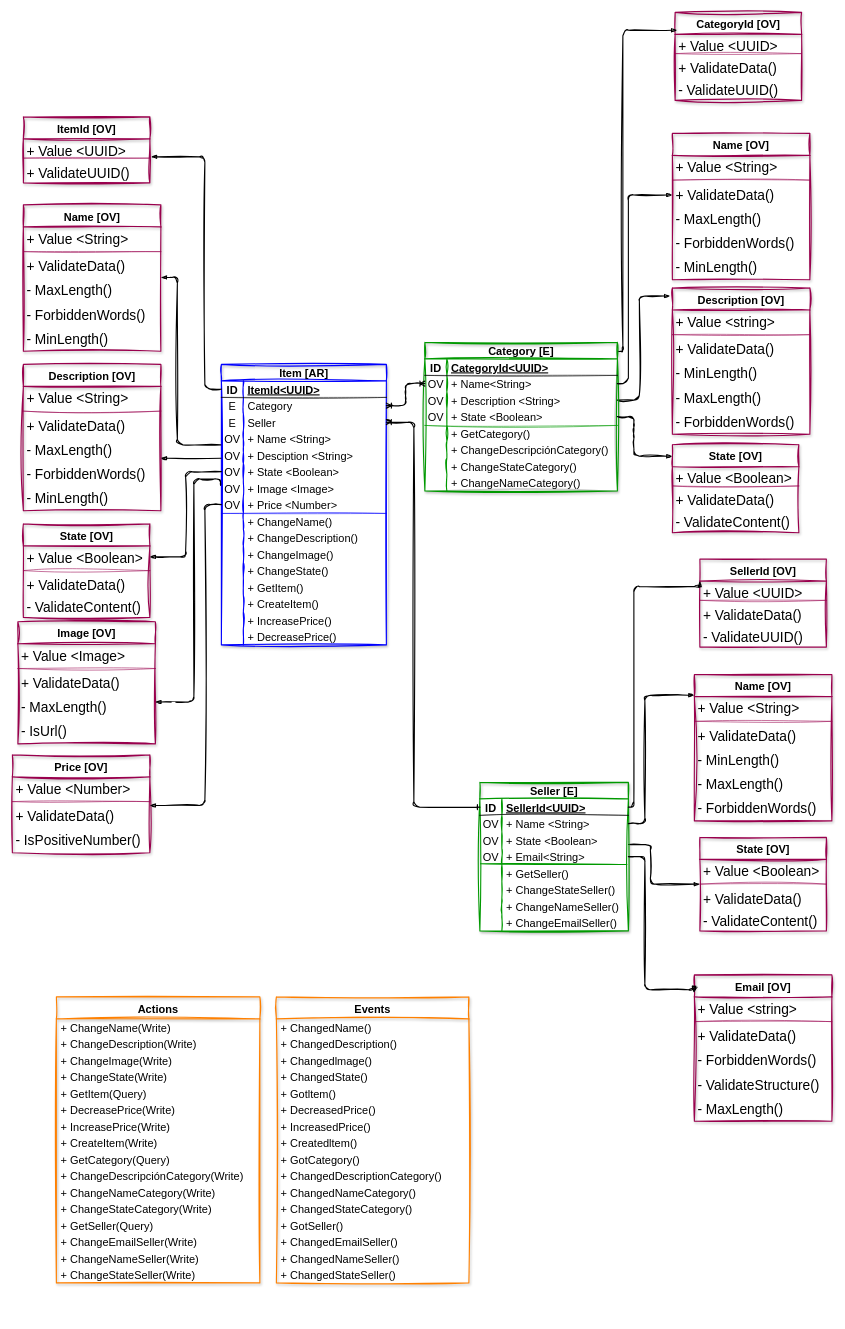
The draw.io diagram page "Item<AR>-Product" (2 of 5) of Drive-Domain-Design.drawio in Julian362/C1-2023-DDD-Colombia, before the edit. Source tidied: cells renumbered, new cells numbered last; positions are measured from the earlier drawing's top-left corner, leaving out a move shared by most shapes. Both pictures are drawn from the tidied source at 55%, with x=0, y=0 at pixel (12, 12).
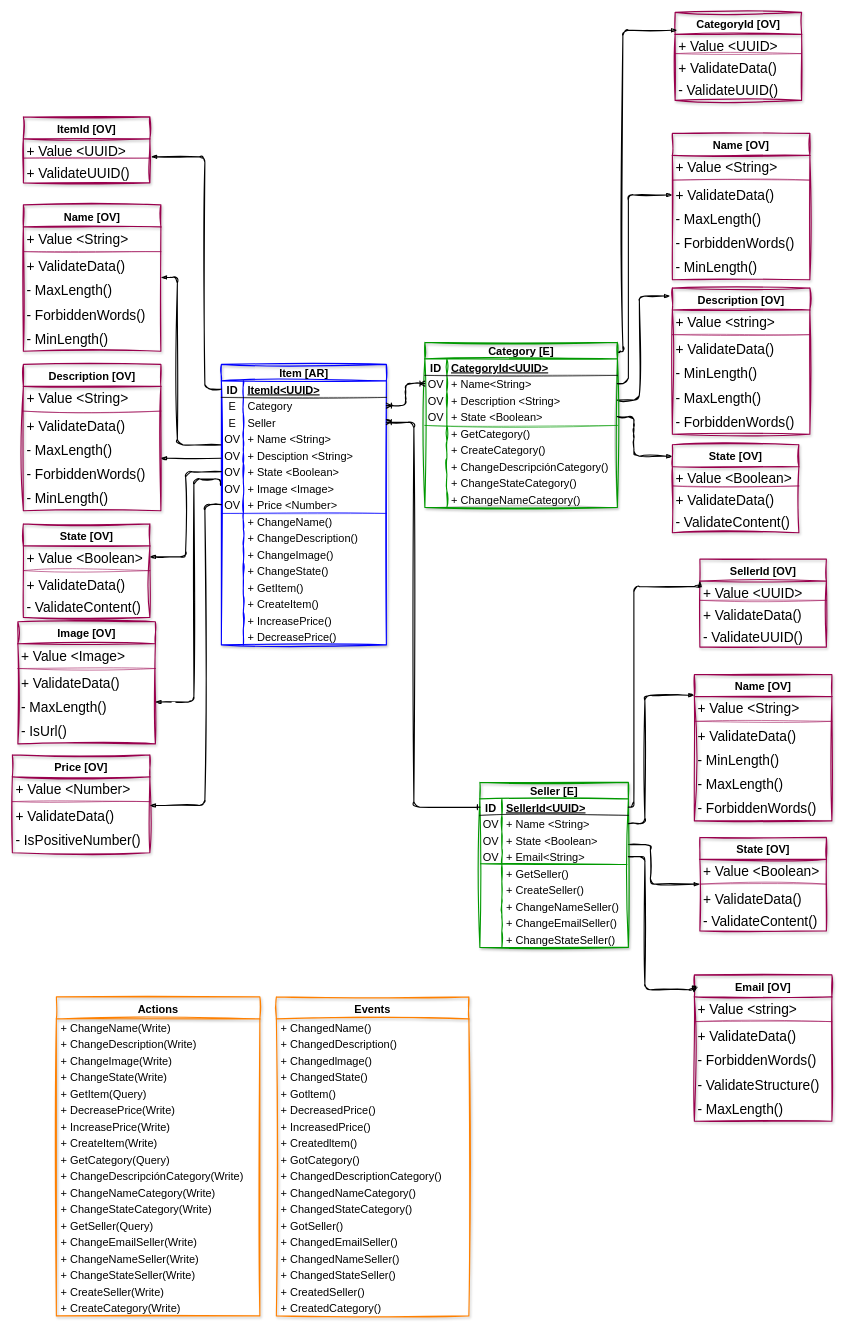
After the change.

The change refers to these unchanged cells:
```xml
<mxCell id="164" style="shape=tableRow;horizontal=0;startSize=0;swimlaneHead=0;swimlaneBody=0;fillColor=none;top=0;left=0;right=0;bottom=0;sketch=1;hachureGap=4;jiggle=2;curveFitting=1;fontFamily=Helvetica;fontSize=20;" parent="147" vertex="1">
  <mxGeometry y="180" width="270" height="30" as="geometry" />
</mxCell>
```

What changed in the source:
```diff
@@
     <mxCell id="52" value="Category [E]" style="shape=table;startSize=30;childLayout=tableLayout;rowLines=0;fontStyle=1;align=center;hachureGap=4;fontFamily=Helvetica;fontSize=20;fillColor=none;swimlaneFillColor=default;rounded=0;shadow=1;strokeWidth=2;labelBorderColor=none;strokeColor=#009900;sketch=1;curveFitting=1;jiggle=2;" parent="1" vertex="1">
-      <mxGeometry x="750" y="600" width="350" height="270" as="geometry" />
+      <mxGeometry x="750" y="600" width="350" height="300" as="geometry" />
     </mxCell>
@@
+    <mxCell id="237" style="shape=tableRow;horizontal=0;startSize=0;swimlaneHead=0;swimlaneBody=0;fillColor=none;top=0;left=0;right=0;bottom=0;sketch=1;hachureGap=4;jiggle=2;curveFitting=1;fontFamily=Helvetica;fontSize=20;" parent="52" vertex="1">
+      <mxGeometry y="180" width="350" height="30" as="geometry" />
+    </mxCell>
+    <mxCell id="238" style="shape=partialRectangle;fillColor=none;top=0;left=0;bottom=0;right=0;overflow=hidden;sketch=1;hachureGap=4;jiggle=2;curveFitting=1;fontFamily=Helvetica;fontSize=20;" parent="237" vertex="1">
+      <mxGeometry width="40" height="30" as="geometry" />
+    </mxCell>
+    <mxCell id="239" value="+ CreateCategory()" style="shape=partialRectangle;fillColor=none;top=0;left=0;bottom=0;right=0;align=left;spacingLeft=6;overflow=hidden;sketch=1;hachureGap=4;jiggle=2;curveFitting=1;fontFamily=Helvetica;fontSize=20;" parent="237" vertex="1">
+      <mxGeometry x="40" width="310" height="30" as="geometry" />
+    </mxCell>
     <mxCell id="68" style="shape=tableRow;horizontal=0;startSize=0;swimlaneHead=0;swimlaneBody=0;fillColor=none;top=0;left=0;right=0;bottom=0;sketch=1;hachureGap=4;jiggle=2;curveFitting=1;fontFamily=Helvetica;fontSize=20;" parent="52" vertex="1">
-      <mxGeometry y="180" width="350" height="30" as="geometry" />
+      <mxGeometry y="210" width="350" height="30" as="geometry" />
     </mxCell>
@@
     <mxCell id="71" style="shape=tableRow;horizontal=0;startSize=0;swimlaneHead=0;swimlaneBody=0;fillColor=none;top=0;left=0;right=0;bottom=0;sketch=1;hachureGap=4;jiggle=2;curveFitting=1;fontFamily=Helvetica;fontSize=20;" parent="52" vertex="1">
-      <mxGeometry y="210" width="350" height="30" as="geometry" />
+      <mxGeometry y="240" width="350" height="30" as="geometry" />
     </mxCell>
@@
     <mxCell id="74" style="shape=tableRow;horizontal=0;startSize=0;swimlaneHead=0;swimlaneBody=0;fillColor=none;top=0;left=0;right=0;bottom=0;sketch=1;hachureGap=4;jiggle=2;curveFitting=1;fontFamily=Helvetica;fontSize=20;" parent="52" vertex="1">
-      <mxGeometry y="240" width="350" height="30" as="geometry" />
+      <mxGeometry y="270" width="350" height="30" as="geometry" />
     </mxCell>
@@
     <mxCell id="91" value="Actions" style="swimlane;fontStyle=1;horizontal=1;startSize=40;align=center;fontSize=20;rounded=0;shadow=1;labelBorderColor=none;sketch=1;hachureGap=4;jiggle=2;fillStyle=cross-hatch;curveFitting=1;strokeColor=#FF8000;strokeWidth=2;fontFamily=Helvetica;fillColor=none;gradientColor=none;" parent="1" vertex="1">
-      <mxGeometry x="80" y="1790" width="370" height="520" as="geometry" />
+      <mxGeometry x="80" y="1790" width="370" height="580" as="geometry" />
     </mxCell>
@@
+    <mxCell id="240" value="+ CreateSeller(Write)" style="shape=partialRectangle;fillColor=none;top=0;left=0;bottom=0;right=0;align=left;spacingLeft=6;overflow=hidden;sketch=1;hachureGap=4;jiggle=2;curveFitting=1;fontFamily=Helvetica;fontSize=20;" parent="91" vertex="1">
+      <mxGeometry y="520" width="370" height="30" as="geometry" />
+    </mxCell>
+    <mxCell id="241" value="+ CreateCategory(Write)" style="shape=partialRectangle;fillColor=none;top=0;left=0;bottom=0;right=0;align=left;spacingLeft=6;overflow=hidden;sketch=1;hachureGap=4;jiggle=2;curveFitting=1;fontFamily=Helvetica;fontSize=20;" parent="91" vertex="1">
+      <mxGeometry y="550" width="370" height="30" as="geometry" />
+    </mxCell>
@@
     <mxCell id="147" value="Seller [E]" style="shape=table;startSize=30;childLayout=tableLayout;rowLines=0;fontStyle=1;align=center;hachureGap=4;fontFamily=Helvetica;fontSize=20;fillColor=none;swimlaneFillColor=default;rounded=0;shadow=1;strokeWidth=2;labelBorderColor=none;strokeColor=#009900;sketch=1;curveFitting=1;jiggle=2;" parent="1" vertex="1">
-      <mxGeometry x="850" y="1400" width="270" height="270" as="geometry" />
+      <mxGeometry x="850" y="1400" width="270" height="300" as="geometry" />
     </mxCell>
@@
-    <mxCell id="166" value="+ ChangeStateSeller()" style="shape=partialRectangle;fillColor=none;top=0;left=0;bottom=0;right=0;align=left;spacingLeft=6;overflow=hidden;sketch=1;hachureGap=4;jiggle=2;curveFitting=1;fontFamily=Helvetica;fontSize=20;" parent="164" vertex="1">
+    <mxCell id="166" value="+ CreateSeller()" style="shape=partialRectangle;fillColor=none;top=0;left=0;bottom=0;right=0;align=left;spacingLeft=6;overflow=hidden;sketch=1;hachureGap=4;jiggle=2;curveFitting=1;fontFamily=Helvetica;fontSize=20;" parent="164" vertex="1">
       <mxGeometry x="40" width="230" height="30" as="geometry" />
     </mxCell>
@@
+    <mxCell id="242" style="shape=tableRow;horizontal=0;startSize=0;swimlaneHead=0;swimlaneBody=0;fillColor=none;top=0;left=0;right=0;bottom=0;sketch=1;hachureGap=4;jiggle=2;curveFitting=1;fontFamily=Helvetica;fontSize=20;" parent="147" vertex="1">
+      <mxGeometry y="270" width="270" height="30" as="geometry" />
+    </mxCell>
+    <mxCell id="243" style="shape=partialRectangle;fillColor=none;top=0;left=0;bottom=0;right=0;overflow=hidden;sketch=1;hachureGap=4;jiggle=2;curveFitting=1;fontFamily=Helvetica;fontSize=20;" parent="242" vertex="1">
+      <mxGeometry width="40" height="30" as="geometry" />
+    </mxCell>
+    <mxCell id="244" value="+ ChangeStateSeller()" style="shape=partialRectangle;fillColor=none;top=0;left=0;bottom=0;right=0;align=left;spacingLeft=6;overflow=hidden;sketch=1;hachureGap=4;jiggle=2;curveFitting=1;fontFamily=Helvetica;fontSize=20;" parent="242" vertex="1">
+      <mxGeometry x="40" width="230" height="30" as="geometry" />
+    </mxCell>
@@
     <mxCell id="220" value="Events" style="swimlane;fontStyle=1;horizontal=1;startSize=40;align=center;fontSize=20;rounded=0;shadow=1;labelBorderColor=none;sketch=1;hachureGap=4;jiggle=2;fillStyle=cross-hatch;curveFitting=1;strokeColor=#FF8000;strokeWidth=2;fontFamily=Helvetica;fillColor=none;gradientColor=none;" parent="1" vertex="1">
-      <mxGeometry x="480" y="1790" width="350" height="520" as="geometry" />
+      <mxGeometry x="480" y="1790" width="350" height="580" as="geometry" />
     </mxCell>
@@
+    <mxCell id="245" value="+ CreatedSeller()" style="shape=partialRectangle;fillColor=none;top=0;left=0;bottom=0;right=0;align=left;spacingLeft=6;overflow=hidden;sketch=1;hachureGap=4;jiggle=2;curveFitting=1;fontFamily=Helvetica;fontSize=20;" parent="220" vertex="1">
+      <mxGeometry y="520" width="350" height="30" as="geometry" />
+    </mxCell>
+    <mxCell id="246" value="+ CreatedCategory()" style="shape=partialRectangle;fillColor=none;top=0;left=0;bottom=0;right=0;align=left;spacingLeft=6;overflow=hidden;sketch=1;hachureGap=4;jiggle=2;curveFitting=1;fontFamily=Helvetica;fontSize=20;" parent="220" vertex="1">
+      <mxGeometry y="550" width="350" height="30" as="geometry" />
+    </mxCell>
```
